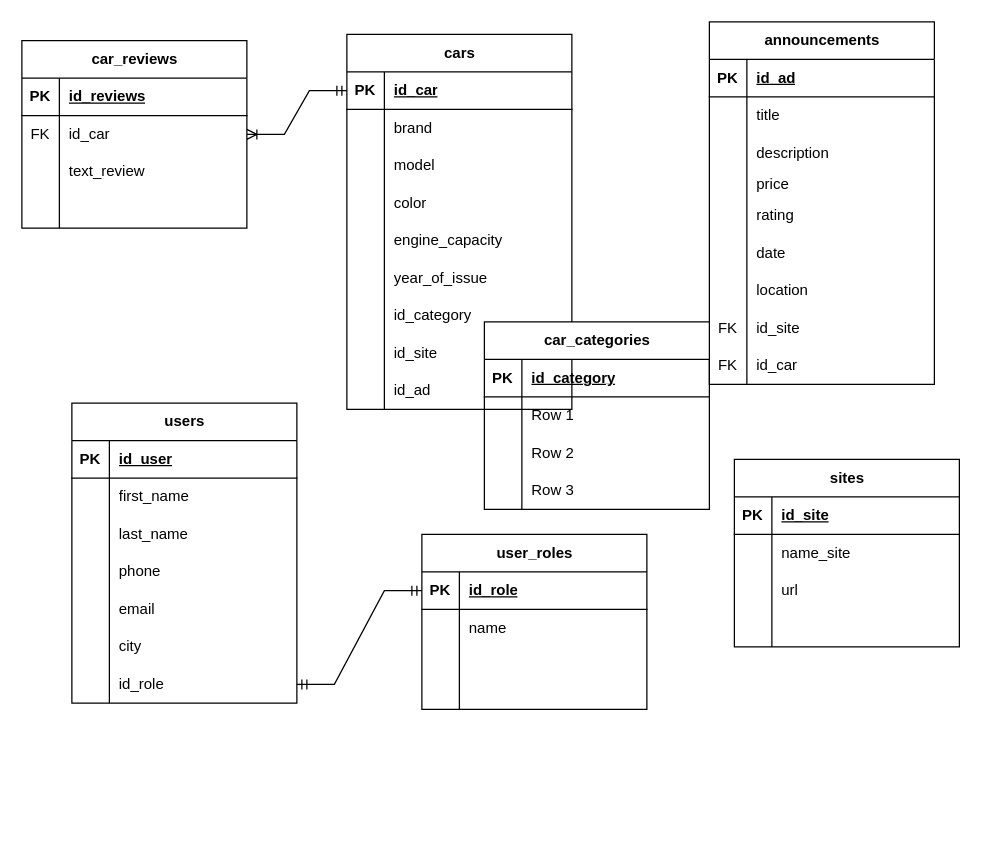
The draw.io diagram Диаграмма без названия.drawio in SashaKhmur03/FinalProject, before the edit. Source tidied: cells renumbered, new cells numbered last; positions are measured from the earlier drawing's top-left corner, leaving out a move shared by most shapes. Both pictures are drawn from the tidied source at 125%, with x=0, y=0 at pixel (21, 21).
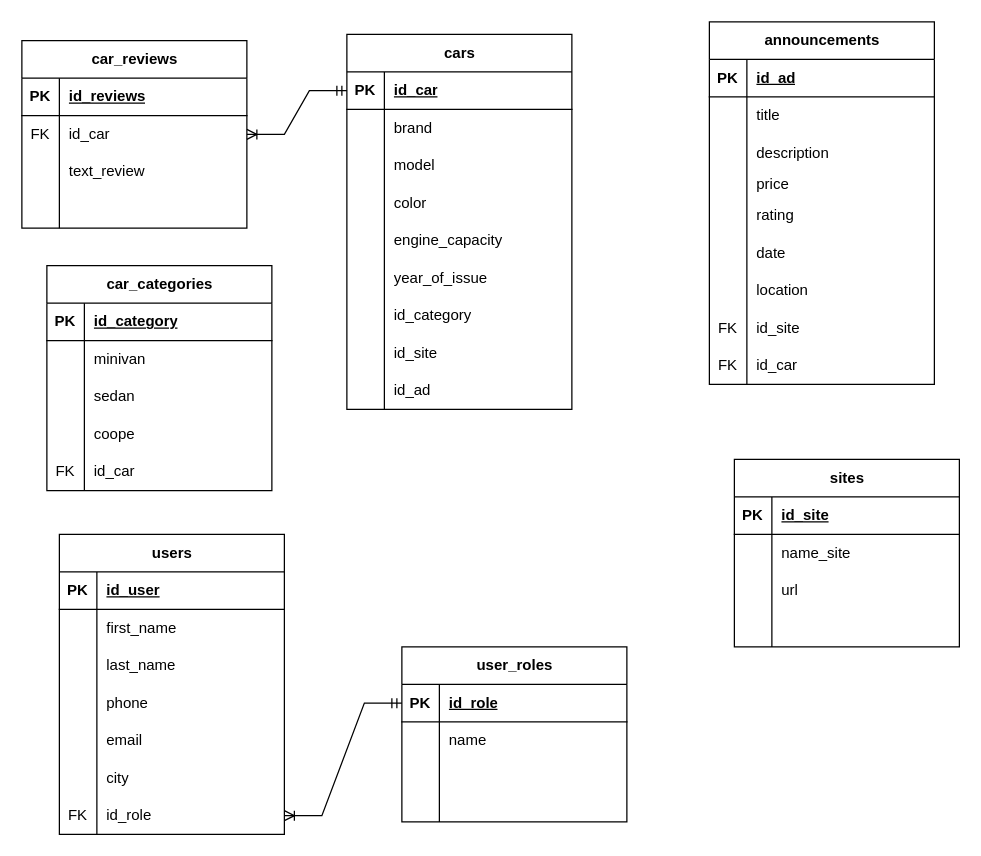
The same page after the edit.

Unchanged cells that the change refers to:
```xml
<mxCell id="21" style="shape=tableRow;horizontal=0;startSize=0;swimlaneHead=0;swimlaneBody=0;fillColor=none;points=[[0,0.5],[1,0.5]];portConstraint=eastwest;top=0;left=0;right=0;bottom=0;" parent="2" vertex="1">
  <mxGeometry y="210" width="180" height="30" as="geometry" />
</mxCell>
<mxCell id="108" style="shape=tableRow;horizontal=0;startSize=0;swimlaneHead=0;swimlaneBody=0;fillColor=none;points=[[0,0.5],[1,0.5]];portConstraint=eastwest;top=0;left=0;right=0;bottom=1;" parent="107" vertex="1">
  <mxGeometry y="30" width="180" height="30" as="geometry" />
</mxCell>
<mxCell id="125" style="shape=tableRow;horizontal=0;startSize=0;swimlaneHead=0;swimlaneBody=0;fillColor=none;top=0;left=0;right=0;bottom=0;" parent="121" vertex="1">
  <mxGeometry y="60" width="180" height="30" as="geometry" />
</mxCell>
<mxCell id="128" style="shape=tableRow;horizontal=0;startSize=0;swimlaneHead=0;swimlaneBody=0;fillColor=none;top=0;left=0;right=0;bottom=0;" parent="121" vertex="1">
  <mxGeometry y="90" width="180" height="30" as="geometry" />
</mxCell>
```

The edit, as a diff of the source:
```diff
@@
     <mxCell id="2" value="users" style="shape=table;startSize=30;childLayout=tableLayout;rowLines=0;fontStyle=1;align=center;html=1;" parent="1" vertex="1">
-      <mxGeometry x="40" y="305" width="180" height="240" as="geometry" />
+      <mxGeometry x="30" y="410" width="180" height="240" as="geometry" />
     </mxCell>
@@
-    <mxCell id="22" style="shape=partialRectangle;fillColor=none;top=0;left=0;bottom=0;right=0;overflow=hidden;whiteSpace=wrap;html=1;" parent="21" vertex="1">
+    <mxCell id="22" value="FK" style="shape=partialRectangle;fillColor=none;top=0;left=0;bottom=0;right=0;overflow=hidden;whiteSpace=wrap;html=1;" parent="21" vertex="1">
       <mxGeometry width="30" height="30" as="geometry" />
     </mxCell>
@@
     <mxCell id="107" value="user_roles" style="shape=table;startSize=30;childLayout=tableLayout;rowLines=0;fontStyle=1;align=center;html=1;" parent="1" vertex="1">
-      <mxGeometry x="320" y="410" width="180" height="140" as="geometry" />
+      <mxGeometry x="304" y="500" width="180" height="140" as="geometry" />
     </mxCell>
@@
-    <mxCell id="120" style="edgeStyle=entityRelationEdgeStyle;fontSize=12;html=1;endArrow=ERmandOne;startArrow=ERmandOne;rounded=0;exitX=1;exitY=0.5;exitDx=0;exitDy=0;entryX=0;entryY=0.5;entryDx=0;entryDy=0;" parent="1" edge="1" source="21" target="108">
-      <mxGeometry relative="1" as="geometry" />
-    </mxCell>
     <mxCell id="121" value="car_categories" style="shape=table;startSize=30;childLayout=tableLayout;rowLines=0;fontStyle=1;align=center;html=1;" parent="1" vertex="1">
-      <mxGeometry x="370" y="240" width="180" height="150" as="geometry" />
+      <mxGeometry x="20" y="195" width="180" height="180" as="geometry" />
     </mxCell>
@@
-    <mxCell id="127" value="Row 1" style="shape=partialRectangle;fillColor=none;top=0;left=0;bottom=0;right=0;align=left;spacingLeft=6;overflow=hidden;whiteSpace=wrap;html=1;" parent="125" vertex="1">
+    <mxCell id="127" value="minivan" style="shape=partialRectangle;fillColor=none;top=0;left=0;bottom=0;right=0;align=left;spacingLeft=6;overflow=hidden;whiteSpace=wrap;html=1;" parent="125" vertex="1">
       <mxGeometry x="30" width="150" height="30" as="geometry" />
     </mxCell>
@@
-    <mxCell id="130" value="Row 2" style="shape=partialRectangle;fillColor=none;top=0;left=0;bottom=0;right=0;align=left;spacingLeft=6;overflow=hidden;whiteSpace=wrap;html=1;" parent="128" vertex="1">
+    <mxCell id="130" value="sedan" style="shape=partialRectangle;fillColor=none;top=0;left=0;bottom=0;right=0;align=left;spacingLeft=6;overflow=hidden;whiteSpace=wrap;html=1;" parent="128" vertex="1">
       <mxGeometry x="30" width="150" height="30" as="geometry" />
     </mxCell>
+    <mxCell id="134" style="shape=tableRow;horizontal=0;startSize=0;swimlaneHead=0;swimlaneBody=0;fillColor=none;top=0;left=0;right=0;bottom=0;" parent="121" vertex="1">
+      <mxGeometry y="120" width="180" height="30" as="geometry" />
+    </mxCell>
+    <mxCell id="135" style="shape=partialRectangle;fillColor=none;top=0;left=0;bottom=0;right=0;overflow=hidden;whiteSpace=wrap;html=1;" parent="134" vertex="1">
+      <mxGeometry width="30" height="30" as="geometry" />
+    </mxCell>
+    <mxCell id="136" value="coope" style="shape=partialRectangle;fillColor=none;top=0;left=0;bottom=0;right=0;align=left;spacingLeft=6;overflow=hidden;whiteSpace=wrap;html=1;" parent="134" vertex="1">
+      <mxGeometry x="30" width="150" height="30" as="geometry" />
+    </mxCell>
     <mxCell id="131" style="shape=tableRow;horizontal=0;startSize=0;swimlaneHead=0;swimlaneBody=0;fillColor=none;top=0;left=0;right=0;bottom=0;" parent="121" vertex="1">
-      <mxGeometry y="120" width="180" height="30" as="geometry" />
+      <mxGeometry y="150" width="180" height="30" as="geometry" />
     </mxCell>
-    <mxCell id="132" style="shape=partialRectangle;fillColor=none;top=0;left=0;bottom=0;right=0;overflow=hidden;whiteSpace=wrap;html=1;" parent="131" vertex="1">
+    <mxCell id="132" value="FK" style="shape=partialRectangle;fillColor=none;top=0;left=0;bottom=0;right=0;overflow=hidden;whiteSpace=wrap;html=1;" parent="131" vertex="1">
       <mxGeometry width="30" height="30" as="geometry" />
     </mxCell>
-    <mxCell id="133" value="Row 3" style="shape=partialRectangle;fillColor=none;top=0;left=0;bottom=0;right=0;align=left;spacingLeft=6;overflow=hidden;whiteSpace=wrap;html=1;" parent="131" vertex="1">
+    <mxCell id="133" value="id_car" style="shape=partialRectangle;fillColor=none;top=0;left=0;bottom=0;right=0;align=left;spacingLeft=6;overflow=hidden;whiteSpace=wrap;html=1;" parent="131" vertex="1">
       <mxGeometry x="30" width="150" height="30" as="geometry" />
     </mxCell>
+    <mxCell id="137" style="edgeStyle=entityRelationEdgeStyle;fontSize=12;html=1;endArrow=ERoneToMany;startArrow=ERmandOne;rounded=0;entryX=1;entryY=0.5;entryDx=0;entryDy=0;exitX=0;exitY=0.5;exitDx=0;exitDy=0;" parent="1" edge="1" source="108" target="21">
+      <mxGeometry relative="1" as="geometry" />
+    </mxCell>
```
